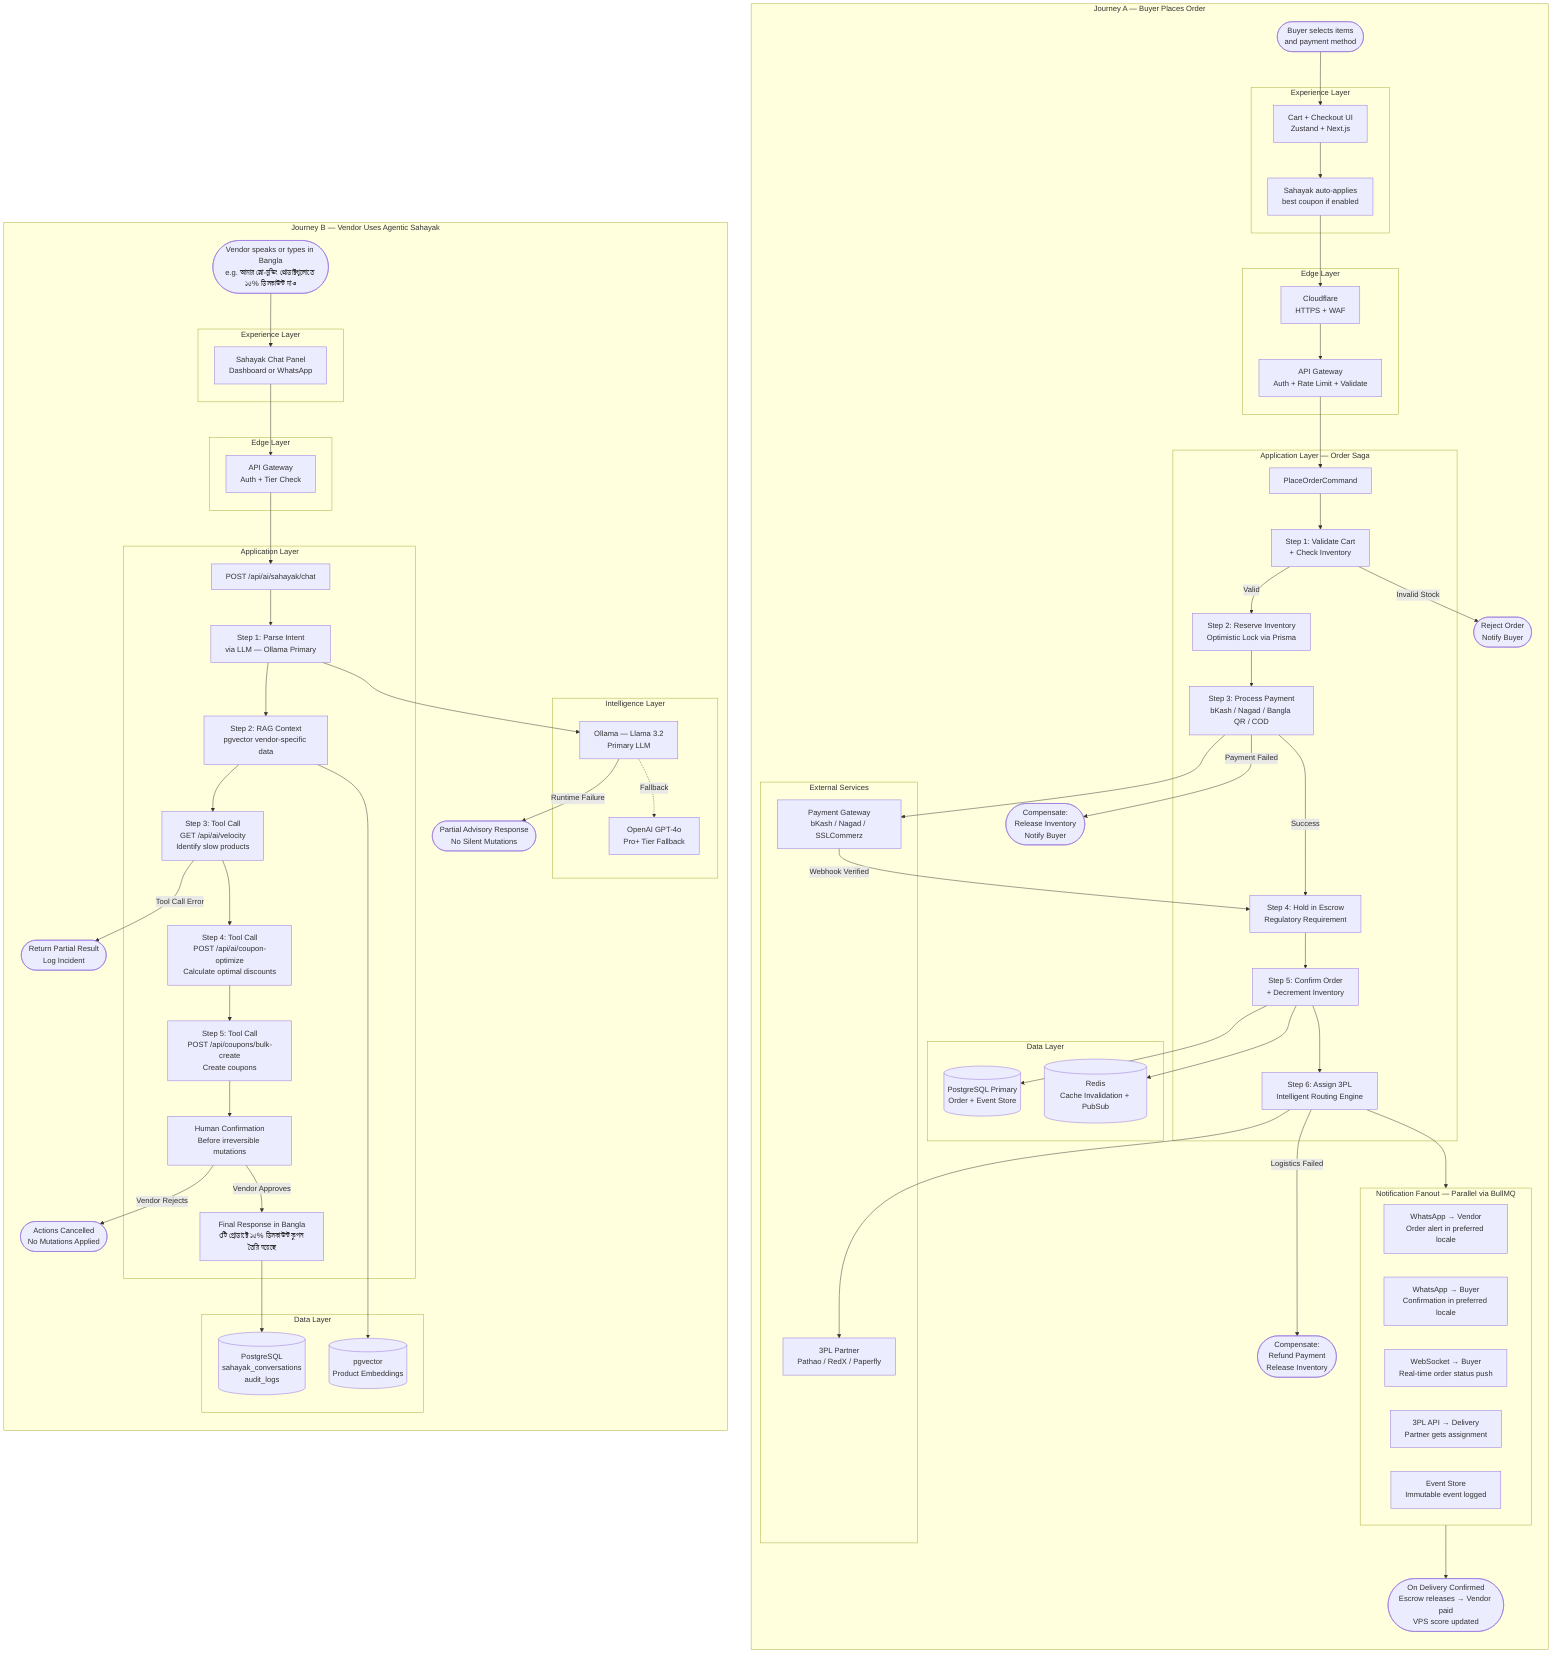
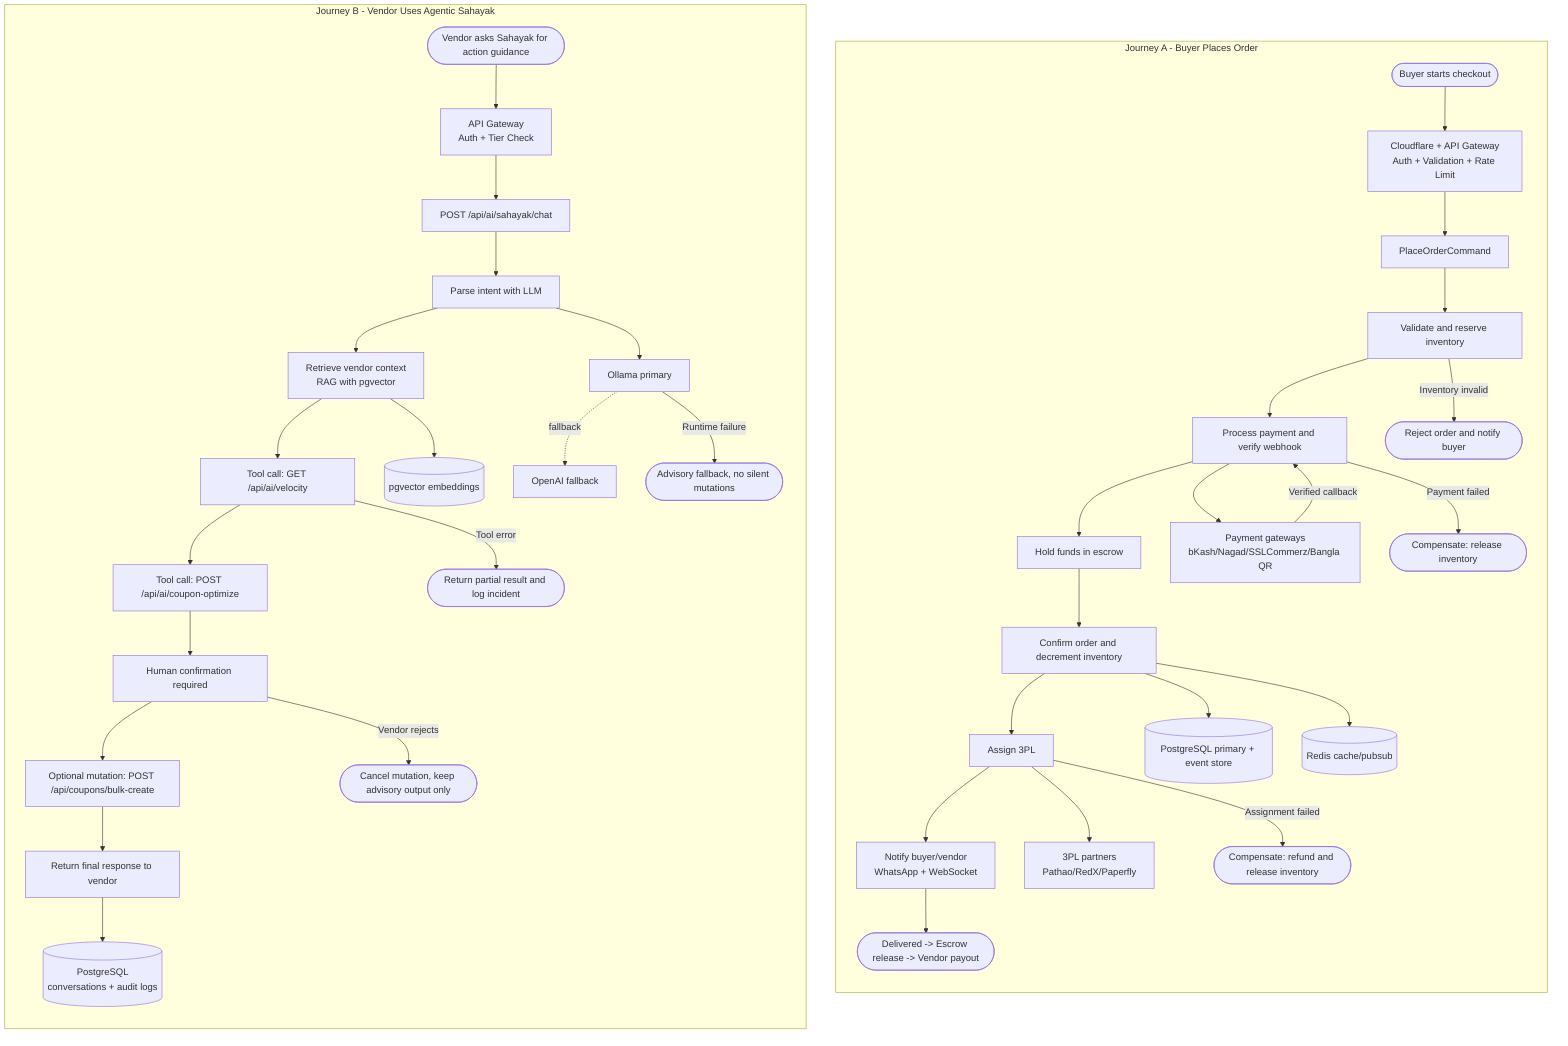
flowchart TB
-   %% Diagram 06B: System Data Flow — Key Journeys (Buyer Order + Vendor Sahayak Agentic)
+   %% Diagram 06B: System Data Flow - Key Journeys (Readable Layout)
  %% Source: V4 Section 8.3 Journey A and Journey B

-   %% ============================================================
-   %% JOURNEY A: Buyer Places Order (With Escrow + Saga)
-   %% ============================================================
- 
-   subgraph JA[Journey A — Buyer Places Order]
+   subgraph JA[Journey A - Buyer Places Order]
    direction TB

-     JA_Start([Buyer selects items\nand payment method])
+     JA_Start([Buyer starts checkout])
+     JA_Edge[Cloudflare + API Gateway\nAuth + Validation + Rate Limit]
+     JA_Cmd[PlaceOrderCommand]
+     JA_Inv[Validate and reserve inventory]
+     JA_PayFlow[Process payment and verify webhook]
+     JA_Escrow[Hold funds in escrow]
+     JA_Confirm[Confirm order and decrement inventory]
+     JA_Logistics[Assign 3PL]
+     JA_Notify[Notify buyer/vendor\nWhatsApp + WebSocket]
+     JA_End([Delivered -> Escrow release -> Vendor payout])

-     subgraph JA_EXP[Experience Layer]
-       JA_Cart[Cart + Checkout UI\nZustand + Next.js]
-       JA_Sahayak[Sahayak auto-applies\nbest coupon if enabled]
-     end
+     JA_PaymentGateway[Payment gateways\nbKash/Nagad/SSLCommerz/Bangla QR]
+     JA_3PL[3PL partners\nPathao/RedX/Paperfly]
+     JA_DB[(PostgreSQL primary + event store)]
+     JA_Redis[(Redis cache/pubsub)]

-     subgraph JA_EDGE[Edge Layer]
-       JA_CF[Cloudflare\nHTTPS + WAF]
-       JA_GW[API Gateway\nAuth + Rate Limit + Validate]
-     end
+     JA_Start --> JA_Edge --> JA_Cmd --> JA_Inv --> JA_PayFlow --> JA_Escrow --> JA_Confirm --> JA_Logistics --> JA_Notify --> JA_End

-     subgraph JA_APP[Application Layer — Order Saga]
-       JA_CMD[PlaceOrderCommand]
-       JA_S1[Step 1: Validate Cart\n+ Check Inventory]
-       JA_S2[Step 2: Reserve Inventory\nOptimistic Lock via Prisma]
-       JA_S3[Step 3: Process Payment\nbKash / Nagad / Bangla QR / COD]
-       JA_S4[Step 4: Hold in Escrow\nRegulatory Requirement]
-       JA_S5[Step 5: Confirm Order\n+ Decrement Inventory]
-       JA_S6[Step 6: Assign 3PL\nIntelligent Routing Engine]
-     end
+     JA_PayFlow --> JA_PaymentGateway
+     JA_PaymentGateway -->|Verified callback| JA_PayFlow
+     JA_Logistics --> JA_3PL
+     JA_Confirm --> JA_DB
+     JA_Confirm --> JA_Redis

-     subgraph JA_DATA[Data Layer]
-       JA_PG[(PostgreSQL Primary\nOrder + Event Store)]
-       JA_Redis[(Redis\nCache Invalidation + PubSub)]
-     end
- 
-     subgraph JA_EXT[External Services]
-       JA_PAY[Payment Gateway\nbKash / Nagad / SSLCommerz]
-       JA_3PL[3PL Partner\nPathao / RedX / Paperfly]
-     end
- 
-     subgraph JA_NOTIFY[Notification Fanout — Parallel via BullMQ]
-       JA_WA_V[WhatsApp → Vendor\nOrder alert in preferred locale]
-       JA_WA_B[WhatsApp → Buyer\nConfirmation in preferred locale]
-       JA_WS[WebSocket → Buyer\nReal-time order status push]
-       JA_3PL_N[3PL API → Delivery\nPartner gets assignment]
-       JA_EVT[Event Store\nImmutable event logged]
-     end
- 
-     JA_DELIVERY([On Delivery Confirmed\nEscrow releases → Vendor paid\nVPS score updated])
- 
-     JA_Start --> JA_Cart
-     JA_Cart --> JA_Sahayak
-     JA_Sahayak --> JA_CF
-     JA_CF --> JA_GW
-     JA_GW --> JA_CMD
-     JA_CMD --> JA_S1
-     JA_S1 -->|Valid| JA_S2
-     JA_S2 --> JA_S3
-     JA_S3 -->|Success| JA_S4
-     JA_S4 --> JA_S5
-     JA_S5 --> JA_S6
-     JA_S6 --> JA_NOTIFY
- 
-     JA_S3 --> JA_PAY
-     JA_PAY -->|Webhook Verified| JA_S4
-     JA_S6 --> JA_3PL
- 
-     JA_S5 --> JA_PG
-     JA_S5 --> JA_Redis
-     JA_NOTIFY --> JA_DELIVERY
- 
-     %% Failure / Compensation Paths
-     JA_S1 -->|Invalid Stock| JA_FAIL_INV([Reject Order\nNotify Buyer])
-     JA_S3 -->|Payment Failed| JA_COMP1([Compensate:\nRelease Inventory\nNotify Buyer])
-     JA_S6 -->|Logistics Failed| JA_COMP2([Compensate:\nRefund Payment\nRelease Inventory])
+     JA_Inv -->|Inventory invalid| JA_FailStock([Reject order and notify buyer])
+     JA_PayFlow -->|Payment failed| JA_FailPay([Compensate: release inventory])
+     JA_Logistics -->|Assignment failed| JA_FailLog([Compensate: refund and release inventory])
  end

-   %% ============================================================
-   %% JOURNEY B: Vendor Uses Agentic Sahayak
-   %% ============================================================
- 
-   subgraph JB[Journey B — Vendor Uses Agentic Sahayak]
+   subgraph JB[Journey B - Vendor Uses Agentic Sahayak]
    direction TB

-     JB_Start([Vendor speaks or types in Bangla\ne.g. আমার স্লো-মুভিং প্রোডাক্টগুলোতে ১৫% ডিসকাউন্ট দাও])
+     JB_Start([Vendor asks Sahayak for action guidance])
+     JB_Edge[API Gateway\nAuth + Tier Check]
+     JB_API[POST /api/ai/sahayak/chat]
+     JB_Parse[Parse intent with LLM]
+     JB_RAG[Retrieve vendor context\nRAG with pgvector]
+     JB_Velocity[Tool call: GET /api/ai/velocity]
+     JB_Coupon[Tool call: POST /api/ai/coupon-optimize]
+     JB_Create[Optional mutation: POST /api/coupons/bulk-create]
+     JB_Confirm[Human confirmation required]
+     JB_Response[Return final response to vendor]

-     subgraph JB_EXP[Experience Layer]
-       JB_Chat[Sahayak Chat Panel\nDashboard or WhatsApp]
-     end
+     JB_LLM[Ollama primary]
+     JB_GPT[OpenAI fallback]
+     JB_DB[(PostgreSQL\nconversations + audit logs)]
+     JB_Vec[(pgvector embeddings)]

-     subgraph JB_EDGE[Edge Layer]
-       JB_GW[API Gateway\nAuth + Tier Check]
-     end
+     JB_Start --> JB_Edge --> JB_API --> JB_Parse --> JB_RAG --> JB_Velocity --> JB_Coupon --> JB_Confirm --> JB_Create --> JB_Response --> JB_DB
+     JB_Parse --> JB_LLM
+     JB_LLM -.fallback.-> JB_GPT
+     JB_RAG --> JB_Vec

-     subgraph JB_APP[Application Layer]
-       JB_API[POST /api/ai/sahayak/chat]
-       JB_Parse[Step 1: Parse Intent\nvia LLM — Ollama Primary]
-       JB_RAG[Step 2: RAG Context\npgvector vendor-specific data]
-       JB_Tool1[Step 3: Tool Call\nGET /api/ai/velocity\nIdentify slow products]
-       JB_Tool2[Step 4: Tool Call\nPOST /api/ai/coupon-optimize\nCalculate optimal discounts]
-       JB_Tool3[Step 5: Tool Call\nPOST /api/coupons/bulk-create\nCreate coupons]
-       JB_Confirm[Human Confirmation\nBefore irreversible mutations]
-       JB_Respond[Final Response in Bangla\n৩টি প্রোডাক্টে ১৫% ডিসকাউন্ট কুপন তৈরি হয়েছে]
-     end
- 
-     subgraph JB_INTEL[Intelligence Layer]
-       JB_LLM[Ollama — Llama 3.2\nPrimary LLM]
-       JB_GPT[OpenAI GPT-4o\nPro+ Tier Fallback]
-     end
- 
-     subgraph JB_DATA[Data Layer]
-       JB_PG[(PostgreSQL\nsahayak_conversations\naudit_logs)]
-       JB_Vec[(pgvector\nProduct Embeddings)]
-     end
- 
-     JB_Start --> JB_Chat
-     JB_Chat --> JB_GW
-     JB_GW --> JB_API
-     JB_API --> JB_Parse
-     JB_Parse --> JB_LLM
-     JB_LLM -.Fallback.-> JB_GPT
-     JB_Parse --> JB_RAG
-     JB_RAG --> JB_Vec
-     JB_RAG --> JB_Tool1
-     JB_Tool1 --> JB_Tool2
-     JB_Tool2 --> JB_Tool3
-     JB_Tool3 --> JB_Confirm
-     JB_Confirm -->|Vendor Approves| JB_Respond
-     JB_Respond --> JB_PG
- 
-     %% Failure Paths
-     JB_LLM -->|Runtime Failure| JB_FALLBACK([Partial Advisory Response\nNo Silent Mutations])
-     JB_Tool1 -->|Tool Call Error| JB_PARTIAL([Return Partial Result\nLog Incident])
-     JB_Confirm -->|Vendor Rejects| JB_CANCEL([Actions Cancelled\nNo Mutations Applied])
+     JB_LLM -->|Runtime failure| JB_FailLLM([Advisory fallback, no silent mutations])
+     JB_Velocity -->|Tool error| JB_FailTool([Return partial result and log incident])
+     JB_Confirm -->|Vendor rejects| JB_Cancel([Cancel mutation, keep advisory output only])
  end
